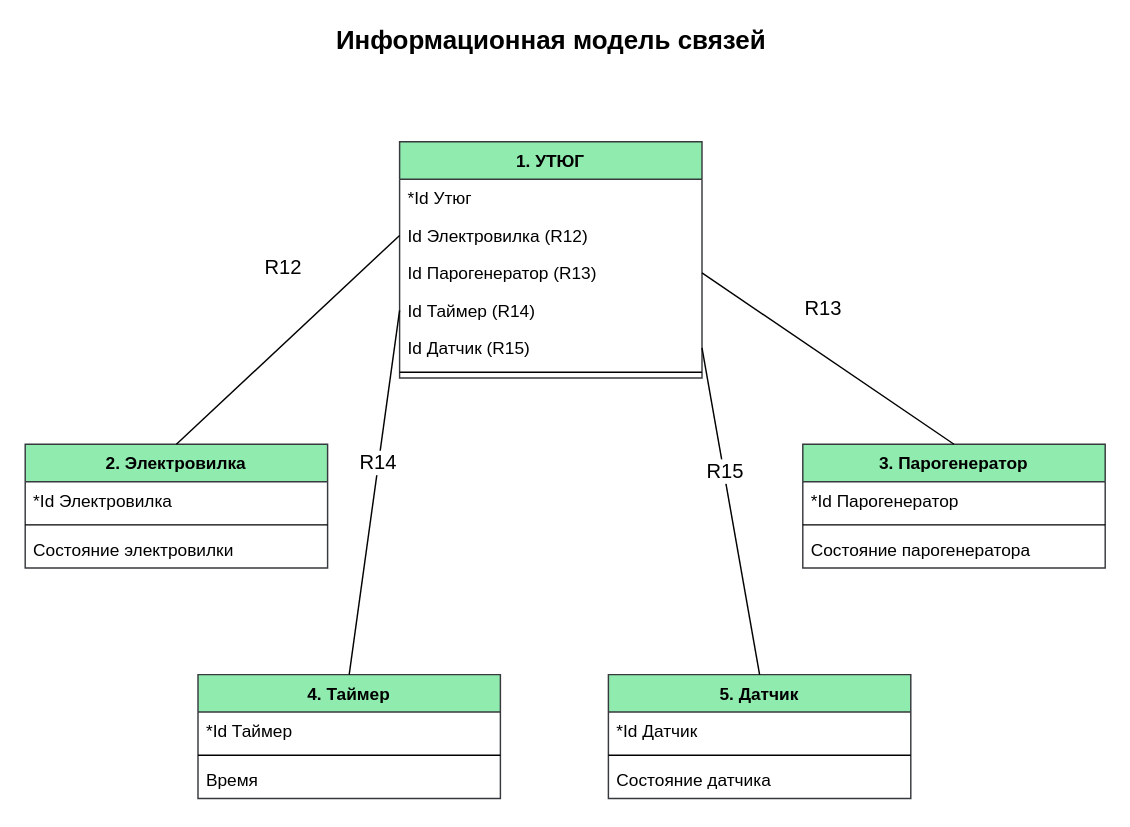
This is page "Информационная модель" (1 of 6) of OOP/lab05/lab_05.drawio from tatarinova0903/bmstu_sem4, a draw.io file, before an edit. Source tidied: cells renumbered, new cells numbered last; positions are measured from the earlier drawing's top-left corner, leaving out a move shared by most shapes. Both pictures are drawn from the tidied source at 144%, with x=0, y=0 at pixel (24, 26).
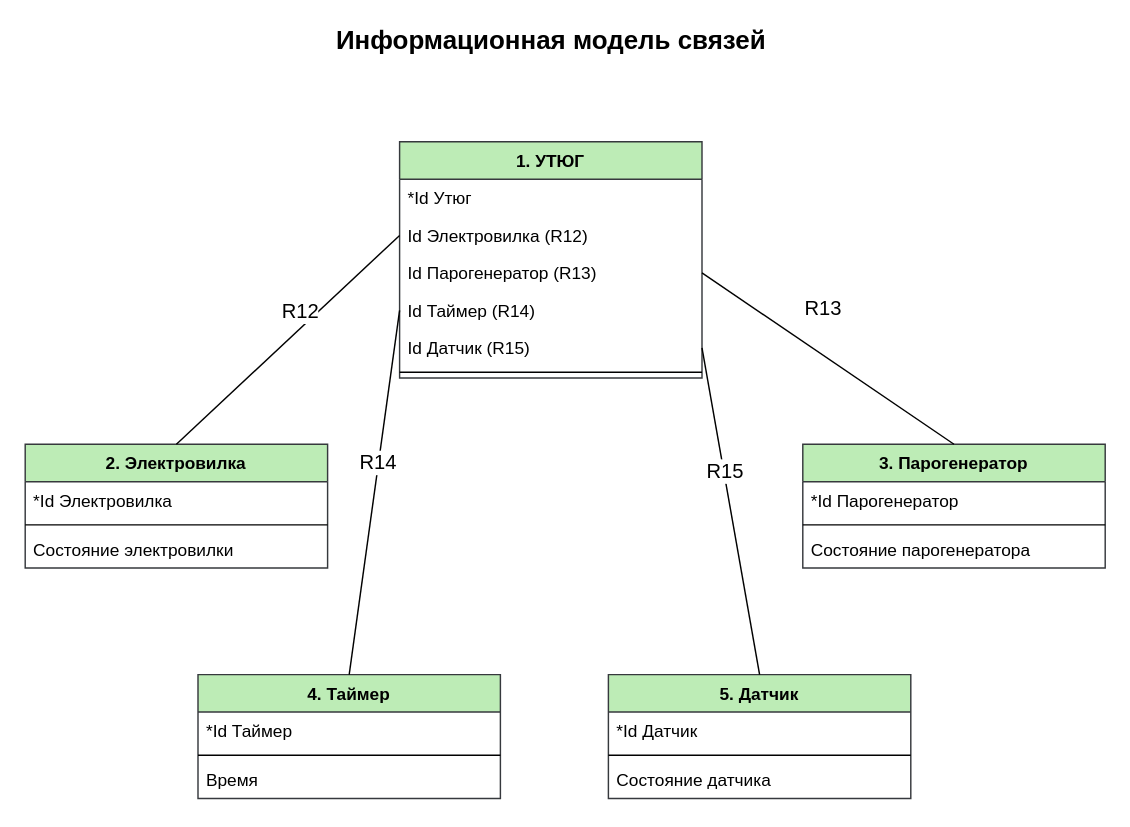
The same diagram, later.

The change refers to these unchanged cells:
```xml
<mxCell id="25" style="endArrow=none;html=1;exitX=0;exitY=0.5;exitDx=0;exitDy=0;entryX=0.5;entryY=0;entryDx=0;entryDy=0;" parent="1" edge="1" source="4" target="9">
  <mxGeometry relative="1" as="geometry" />
</mxCell>
```

Diff of the diagram source:
```diff
@@
-    <mxCell id="2" value="1. УТЮГ" style="swimlane;fontStyle=1;align=center;verticalAlign=top;horizontal=1;startSize=26;fillColor=#8FEBAE;strokeColor=#36393d;" parent="1" vertex="1">
+    <mxCell id="2" value="1. УТЮГ" style="swimlane;fontStyle=1;align=center;verticalAlign=top;horizontal=1;startSize=26;fillColor=#bdecb6;strokeColor=#36393d;" parent="1" vertex="1">
       <mxGeometry x="260" y="80" width="210" height="164" as="geometry" />
     </mxCell>
@@
-    <mxCell id="9" value="2. Электровилка" style="swimlane;fontStyle=1;align=center;verticalAlign=top;horizontal=1;startSize=26;fillColor=#8FEBAE;strokeColor=#36393d;" parent="1" vertex="1">
+    <mxCell id="9" value="2. Электровилка" style="swimlane;fontStyle=1;align=center;verticalAlign=top;horizontal=1;startSize=26;fillColor=#bdecb6&#10;;strokeColor=#36393d;" parent="1" vertex="1">
       <mxGeometry y="290" width="210" height="86" as="geometry" />
     </mxCell>
@@
-    <mxCell id="13" value="4. Таймер" style="swimlane;fontStyle=1;align=center;verticalAlign=top;horizontal=1;startSize=26;fillColor=#8FEBAE;strokeColor=#36393d;" parent="1" vertex="1">
+    <mxCell id="13" value="4. Таймер" style="swimlane;fontStyle=1;align=center;verticalAlign=top;horizontal=1;startSize=26;fillColor=#bdecb6;strokeColor=#36393d;" parent="1" vertex="1">
       <mxGeometry x="120" y="450" width="210" height="86" as="geometry" />
     </mxCell>
@@
-    <mxCell id="17" value="3. Парогенератор" style="swimlane;fontStyle=1;align=center;verticalAlign=top;horizontal=1;startSize=26;fillColor=#8FEBAE;strokeColor=#36393d;" parent="1" vertex="1">
+    <mxCell id="17" value="3. Парогенератор" style="swimlane;fontStyle=1;align=center;verticalAlign=top;horizontal=1;startSize=26;fillColor=#bdecb6;strokeColor=#36393d;" parent="1" vertex="1">
       <mxGeometry x="540" y="290" width="210" height="86" as="geometry" />
     </mxCell>
@@
-    <mxCell id="21" value="5. Датчик" style="swimlane;fontStyle=1;align=center;verticalAlign=top;horizontal=1;startSize=26;fillColor=#8FEBAE;strokeColor=#36393d;" parent="1" vertex="1">
+    <mxCell id="21" value="5. Датчик" style="swimlane;fontStyle=1;align=center;verticalAlign=top;horizontal=1;startSize=26;fillColor=#bdecb6;strokeColor=#36393d;" parent="1" vertex="1">
       <mxGeometry x="405" y="450" width="210" height="86" as="geometry" />
     </mxCell>
@@
     <mxCell id="26" value="&lt;font style=&quot;font-size: 14px&quot;&gt;R12&lt;/font&gt;" style="edgeLabel;html=1;align=center;verticalAlign=middle;" parent="25" vertex="1">
       <mxGeometry x="-0.3" y="2" relative="1" as="geometry">
-        <mxPoint x="-29" y="-31" as="offset" />
+        <mxPoint x="-17" as="offset" />
       </mxGeometry>
     </mxCell>
```
